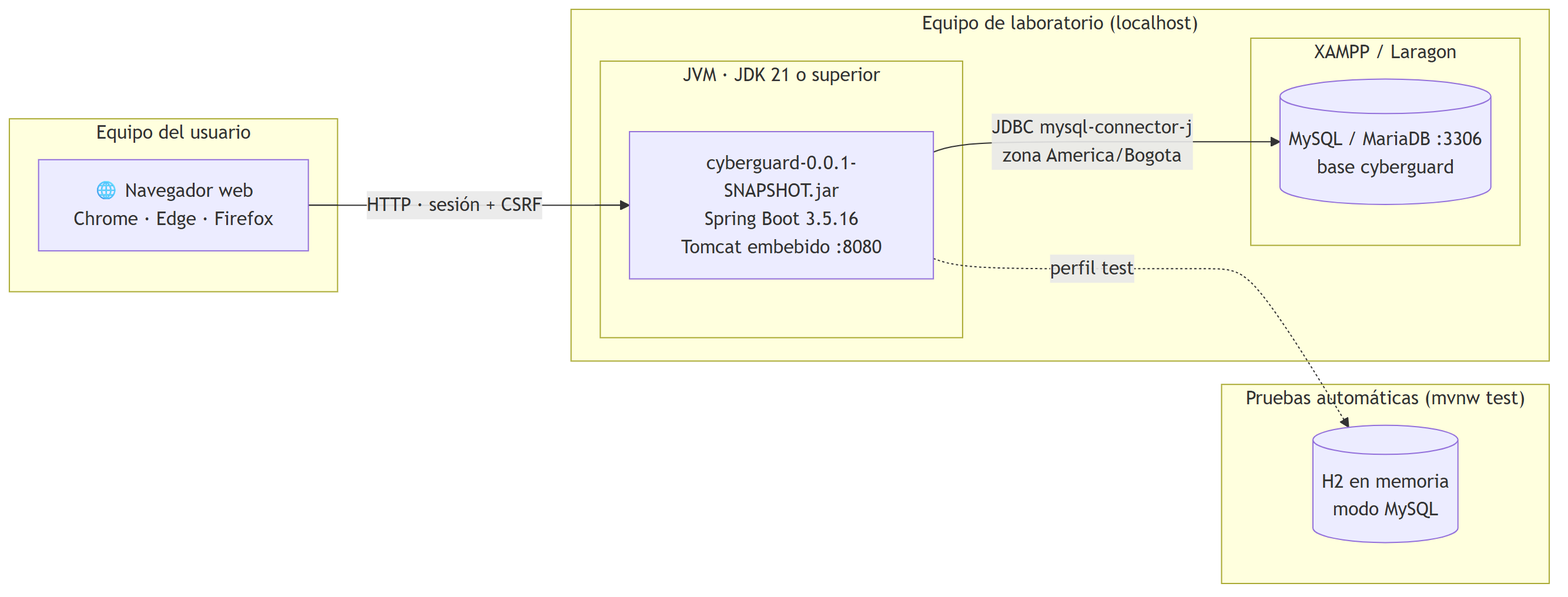
Before: Docs/img/09-despliegue.png, a diagram exported from Mermaid (velosergio/Cyberguard). Its source is kept beside it as Docs/img/fuentes/09-despliegue.mmd.
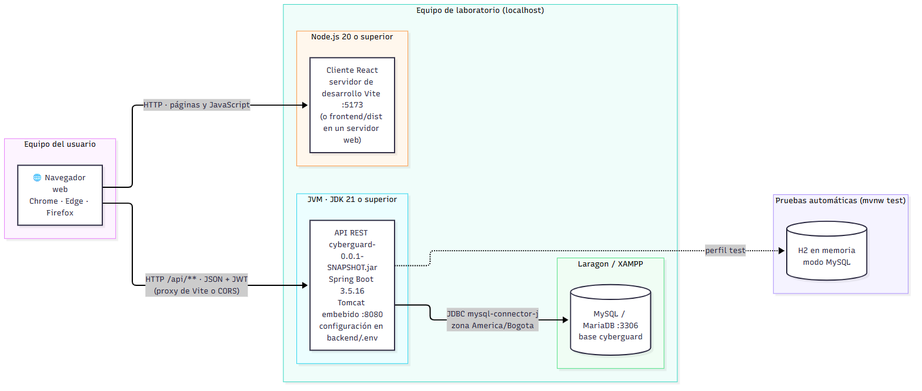
The same file after the commit.

Change to the diagram source:
```diff
@@ -3,16 +3,20 @@
         B["🌐 Navegador web<br/>Chrome · Edge · Firefox"]
     end
     subgraph SRV["Equipo de laboratorio (localhost)"]
+        subgraph NODE["Node.js 20 o superior"]
+            VITE["Cliente React<br/>servidor de desarrollo Vite :5173<br/>(o frontend/dist en un servidor web)"]
+        end
         subgraph JVM["JVM · JDK 21 o superior"]
-            JAR["cyberguard-0.0.1-SNAPSHOT.jar<br/>Spring Boot 3.5.16<br/>Tomcat embebido :8080"]
+            JAR["API REST cyberguard-0.0.1-SNAPSHOT.jar<br/>Spring Boot 3.5.16<br/>Tomcat embebido :8080<br/>configuración en backend/.env"]
         end
-        subgraph XAMPP["XAMPP / Laragon"]
+        subgraph XAMPP["Laragon / XAMPP"]
             MY[("MySQL / MariaDB :3306<br/>base cyberguard")]
         end
     end
     subgraph TEST["Pruebas automáticas (mvnw test)"]
         H2[("H2 en memoria<br/>modo MySQL")]
     end
-    B -- "HTTP · sesión + CSRF" --> JAR
+    B -- "HTTP · páginas y JavaScript" --> VITE
+    B -- "HTTP /api/** · JSON + JWT<br/>(proxy de Vite o CORS)" --> JAR
     JAR -- "JDBC mysql-connector-j<br/>zona America/Bogota" --> MY
     JAR -. "perfil test" .-> H2
```
